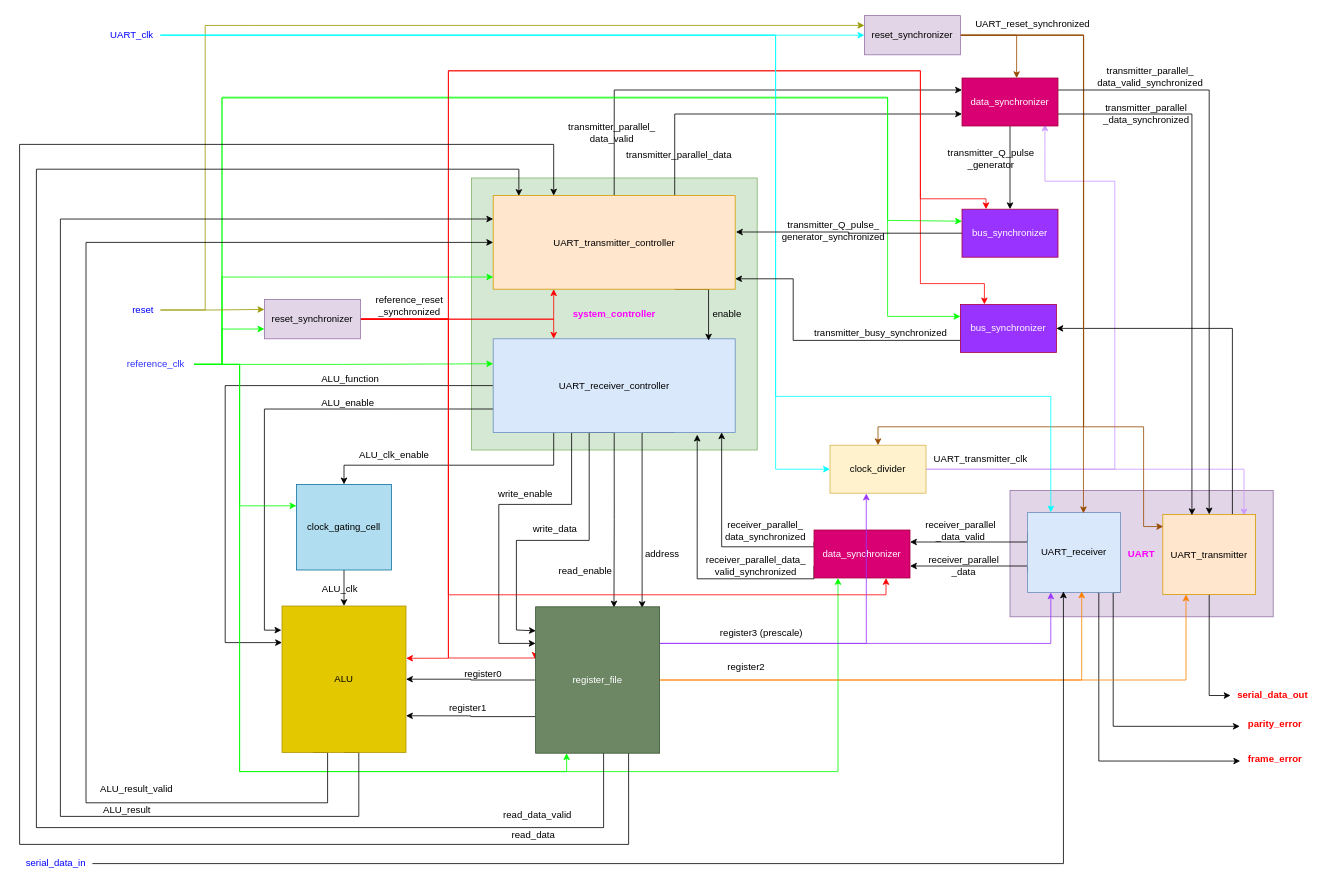
This is page "PrUcess" (1 of 12) of system_design/Design.drawio from mostafa-elgendy22/PrUcess, a draw.io file, before an edit. Source tidied: cells renumbered, new cells numbered last; positions are measured from the earlier drawing's top-left corner, leaving out a move shared by most shapes. Both pictures are drawn from the tidied source at 80%, with x=0, y=0 at pixel (18, 14).
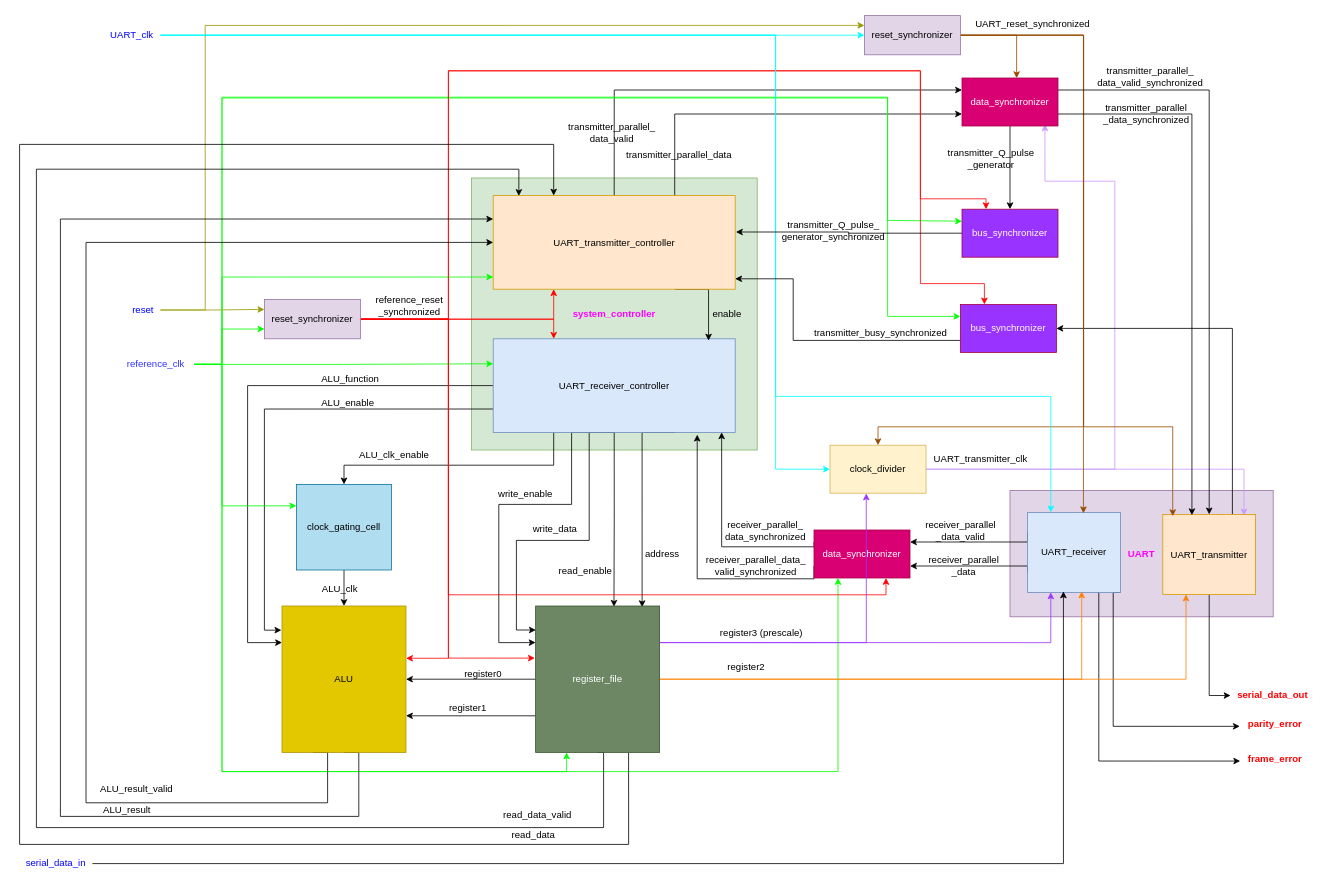
After the change.

The change refers to these unchanged cells:
```xml
<mxCell id="16" value="UART_receiver_controller" style="rounded=0;whiteSpace=wrap;html=1;fontSize=12;fillColor=#dae8fc;strokeColor=#6c8ebf;" parent="1" vertex="1">
  <mxGeometry x="594" y="406" width="302.5" height="117" as="geometry" />
</mxCell>
<mxCell id="29" value="&lt;font color=&quot;#3333ff&quot;&gt;reference_clk&lt;/font&gt;" style="text;html=1;strokeColor=none;fillColor=none;align=center;verticalAlign=middle;whiteSpace=wrap;rounded=0;fontSize=12;fontColor=#000000;" parent="1" vertex="1">
  <mxGeometry x="125" y="423" width="95" height="30" as="geometry" />
</mxCell>
<mxCell id="43" value="data_synchronizer" style="rounded=0;whiteSpace=wrap;html=1;fontSize=12;fontColor=#ffffff;fillColor=#d80073;strokeColor=#A50040;" parent="1" vertex="1">
  <mxGeometry x="995" y="645" width="120" height="60" as="geometry" />
</mxCell>
<mxCell id="49" value="ALU" style="rounded=0;whiteSpace=wrap;html=1;fontSize=12;fontColor=#000000;fillColor=#e3c800;strokeColor=#B09500;" parent="1" vertex="1">
  <mxGeometry x="330" y="740" width="155" height="183" as="geometry" />
</mxCell>
<mxCell id="51" value="clock_gating_cell" style="rounded=0;whiteSpace=wrap;html=1;fontSize=12;fillColor=#b1ddf0;strokeColor=#10739e;" parent="1" vertex="1">
  <mxGeometry x="348" y="588" width="119" height="107" as="geometry" />
</mxCell>
<mxCell id="73" value="UART_transmitter" style="rounded=0;whiteSpace=wrap;html=1;fontSize=12;fillColor=#ffe6cc;strokeColor=#d79b00;" parent="1" vertex="1">
  <mxGeometry x="1431" y="625.5" width="116" height="100" as="geometry" />
</mxCell>
<mxCell id="80" value="&lt;font color=&quot;#000000&quot;&gt;reset_synchronizer&lt;/font&gt;" style="rounded=0;whiteSpace=wrap;html=1;fontSize=12;fillColor=#e1d5e7;strokeColor=#9673a6;" parent="1" vertex="1">
  <mxGeometry x="1058" y="2" width="120" height="49" as="geometry" />
</mxCell>
```

The edit, as a diff of the source:
```diff
@@
     <mxCell id="10" style="edgeStyle=orthogonalEdgeStyle;rounded=0;jettySize=auto;html=1;exitX=0;exitY=0.5;exitDx=0;exitDy=0;entryX=0;entryY=0.25;entryDx=0;entryDy=0;strokeColor=#000000;fontSize=12;fontColor=#000000;endArrow=classic;endFill=1;" parent="1" edge="1" source="16" target="49">
       <mxGeometry relative="1" as="geometry">
         <Array as="points">
-          <mxPoint x="259" y="464" />
-          <mxPoint x="259" y="786" />
+          <mxPoint x="287" y="465" />
+          <mxPoint x="287" y="786" />
         </Array>
       </mxGeometry>
     </mxCell>
@@
     <mxCell id="23" style="edgeStyle=orthogonalEdgeStyle;rounded=0;jettySize=auto;html=1;entryX=0;entryY=0.25;entryDx=0;entryDy=0;strokeColor=#00FF00;fontSize=12;fontColor=#000000;endArrow=classic;endFill=1;" parent="1" edge="1" source="29" target="51">
       <mxGeometry relative="1" as="geometry">
         <Array as="points">
-          <mxPoint x="277" y="438" />
-          <mxPoint x="277" y="615" />
+          <mxPoint x="255" y="438" />
+          <mxPoint x="255" y="615" />
         </Array>
       </mxGeometry>
     </mxCell>
@@
     <mxCell id="25" style="edgeStyle=orthogonalEdgeStyle;rounded=0;jettySize=auto;html=1;exitX=1;exitY=0.5;exitDx=0;exitDy=0;entryX=0.25;entryY=1;entryDx=0;entryDy=0;strokeColor=#00FF00;fontSize=12;fontColor=#000000;endArrow=classic;endFill=1;" parent="1" edge="1" source="29" target="60">
       <mxGeometry relative="1" as="geometry">
         <Array as="points">
-          <mxPoint x="277" y="438" />
-          <mxPoint x="277" y="947" />
+          <mxPoint x="255" y="438" />
+          <mxPoint x="255" y="947" />
           <mxPoint x="686" y="947" />
         </Array>
       </mxGeometry>
     </mxCell>
@@
     <mxCell id="28" style="edgeStyle=orthogonalEdgeStyle;rounded=0;jettySize=auto;html=1;exitX=1;exitY=0.5;exitDx=0;exitDy=0;entryX=0.25;entryY=1;entryDx=0;entryDy=0;strokeColor=#00FF00;" parent="1" edge="1" source="29" target="43">
       <mxGeometry relative="1" as="geometry">
         <Array as="points">
-          <mxPoint x="277" y="438" />
-          <mxPoint x="277" y="947" />
+          <mxPoint x="255" y="438" />
+          <mxPoint x="255" y="947" />
           <mxPoint x="1025" y="947" />
         </Array>
       </mxGeometry>
     </mxCell>
@@
     <mxCell id="60" value="register_file" style="rounded=0;whiteSpace=wrap;html=1;fontSize=12;fontColor=#ffffff;fillColor=#6d8764;strokeColor=#3A5431;" parent="1" vertex="1">
-      <mxGeometry x="647" y="741" width="155" height="183" as="geometry" />
+      <mxGeometry x="647" y="740" width="155" height="183" as="geometry" />
     </mxCell>
@@
-    <mxCell id="79" style="edgeStyle=orthogonalEdgeStyle;rounded=0;jettySize=auto;html=1;exitX=1;exitY=0.5;exitDx=0;exitDy=0;entryX=0.005;entryY=0.152;entryDx=0;entryDy=0;entryPerimeter=0;strokeColor=#964B00;fontSize=12;fontColor=#FF00FF;endArrow=classic;endFill=1;" parent="1" edge="1" source="80" target="73">
+    <mxCell id="79" style="edgeStyle=orthogonalEdgeStyle;rounded=0;jettySize=auto;html=1;exitX=1;exitY=0.5;exitDx=0;exitDy=0;entryX=0.107;entryY=0.022;entryDx=0;entryDy=0;entryPerimeter=0;strokeColor=#964B00;" parent="1" edge="1" source="80" target="73">
       <mxGeometry relative="1" as="geometry">
         <Array as="points">
           <mxPoint x="1332" y="27" />
           <mxPoint x="1332" y="516" />
-          <mxPoint x="1407" y="516" />
-          <mxPoint x="1407" y="641" />
+          <mxPoint x="1443" y="516" />
         </Array>
       </mxGeometry>
     </mxCell>
```
